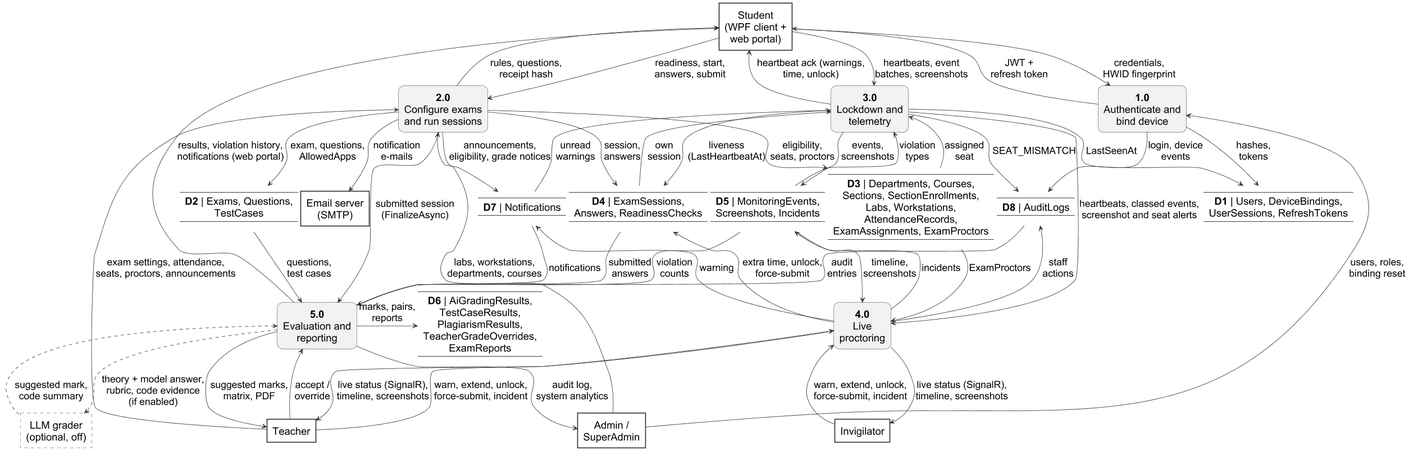
This is important docs/fyp_doc_3chatp/Figures/dfd_level_1.png from Haiderali27-hub/AI-Lab-Monitoring-, a PlantUML export, as it was before one commit. Source of this version:
```plantuml
@startuml
!include style.iuml
skinparam dpi 80
skinparam defaultFontSize 22
skinparam ArrowFontSize 21
skinparam nodesep 4
skinparam ranksep 22
skinparam defaultTextAlignment center
skinparam rectangle<<entity>> {
  BorderThickness 2
  RoundCorner 0
  BackgroundColor #FFFFFF
}
skinparam rectangle<<process>> {
  RoundCorner 25
  BackgroundColor #F2F2F2
}
skinparam label {
  BorderColor #333333
  FontSize 21
}
skinparam rectangle<<optional>> {
  RoundCorner 0
  BorderStyle dashed
  BackgroundColor #FFFFFF
}
hide stereotype

rectangle "Admin /\nSuperAdmin" <<entity>> as ADM
rectangle "Student\n(WPF client +\nweb portal)" <<entity>> as STU
rectangle "Teacher" <<entity>> as TEA
rectangle "Invigilator" <<entity>> as INV
rectangle "LLM grader\n(optional, off)" <<optional>> as LLM
rectangle "Email server\n(SMTP)" <<entity>> as SMTP

rectangle "**1.0**\nAuthenticate and\nbind device" <<process>> as P1
rectangle "**2.0**\nConfigure exams\nand run sessions" <<process>> as P2
rectangle "**3.0**\nLockdown and\ntelemetry" <<process>> as P3
rectangle "**4.0**\nLive\nproctoring" <<process>> as P4
rectangle "**5.0**\nEvaluation and\nreporting" <<process>> as P5

label D1 [
----
**D1** | Users, DeviceBindings,
UserSessions, RefreshTokens
----
]
label D2 [
----
**D2** | Exams, Questions,
TestCases
----
]
label D3 [
----
**D3** | Departments, Courses,
Sections, SectionEnrollments,
Labs, Workstations,
AttendanceRecords,
ExamAssignments, ExamProctors
----
]
label D4 [
----
**D4** | ExamSessions,
Answers, ReadinessChecks
----
]
label D5 [
----
**D5** | MonitoringEvents,
Screenshots, Incidents
----
]
label D6 [
----
**D6** | AiGradingResults,
TestCaseResults,
PlagiarismResults,
TeacherGradeOverrides,
ExamReports
----
]
label D7 [
----
**D7** | Notifications
----
]
label D8 [
----
**D8** | AuditLogs
----
]

STU --> P1 : credentials,\nHWID fingerprint
STU <-- P1 : JWT +\nrefresh token
P1 <--- ADM : users, roles,\nbinding reset
STU --> P2 : readiness, start,\nanswers, submit
STU <-- P2 : rules, questions,\nreceipt hash
P2 <--- ADM : labs, workstations,\ndepartments, courses
STU --> P3 : heartbeats, event\nbatches, screenshots
STU <-- P3 : heartbeat ack (warnings,\ntime, unlock)

P1 --> D1 : hashes,\ntokens
P1 --> D8 : login, device\nevents
P2 --> D2 : exam, questions,\nAllowedApps
P2 --> D3 : eligibility,\nseats, proctors
P2 --> D4 : session,\nanswers
P2 --> D7 : announcements,\neligibility, grade notices
P2 --> SMTP : notification\ne-mails
P2 --> P5 : submitted session\n(FinalizeAsync)
P3 <-- D3 : assigned\nseat
P3 <-- D4 : own\nsession
P3 <-- D7 : unread\nwarnings
P3 <-- D5 : violation\ntypes
P3 --> D5 : events,\nscreenshots
P3 --> D4 : liveness\n(LastHeartbeatAt)
P3 --> D1 : LastSeenAt
P3 --> D8 : SEAT_MISMATCH
P3 ---> P4 : heartbeats, classed events,\nscreenshot and seat alerts

D3 --> P4 : ExamProctors
D5 --> P4 : timeline,\nscreenshots
D5 <-- P4 : incidents
D7 <-- P4 : warning
D4 <-- P4 : extra time, unlock,\nforce-submit
D8 <-- P4 : staff\nactions

D2 --> P5 : questions,\ntest cases
D4 --> P5 : submitted\nanswers
D5 --> P5 : violation\ncounts
D7 --> P5 : notifications
D8 --> P5 : audit\nentries
P5 -right-> D6 : marks, pairs,\nreports

P4 --> TEA : live status (SignalR),\ntimeline, screenshots
P4 <-- TEA : warn, extend, unlock,\nforce-submit, incident
P4 --> INV : live status (SignalR),\ntimeline, screenshots
P4 <-- INV : warn, extend, unlock,\nforce-submit, incident
P2 <--- TEA : exam settings, attendance,\nseats, proctors, announcements
P5 --> TEA : suggested marks,\nmatrix, PDF
P5 <-- TEA : accept /\noverride
STU <-- P5 : results, violation history,\nnotifications (web portal)
P5 ..> LLM : theory + model answer,\nrubric, code evidence\n(if enabled)
P5 <.. LLM : suggested mark,\ncode summary
P5 --> ADM : audit log,\nsystem analytics
@enduml
```
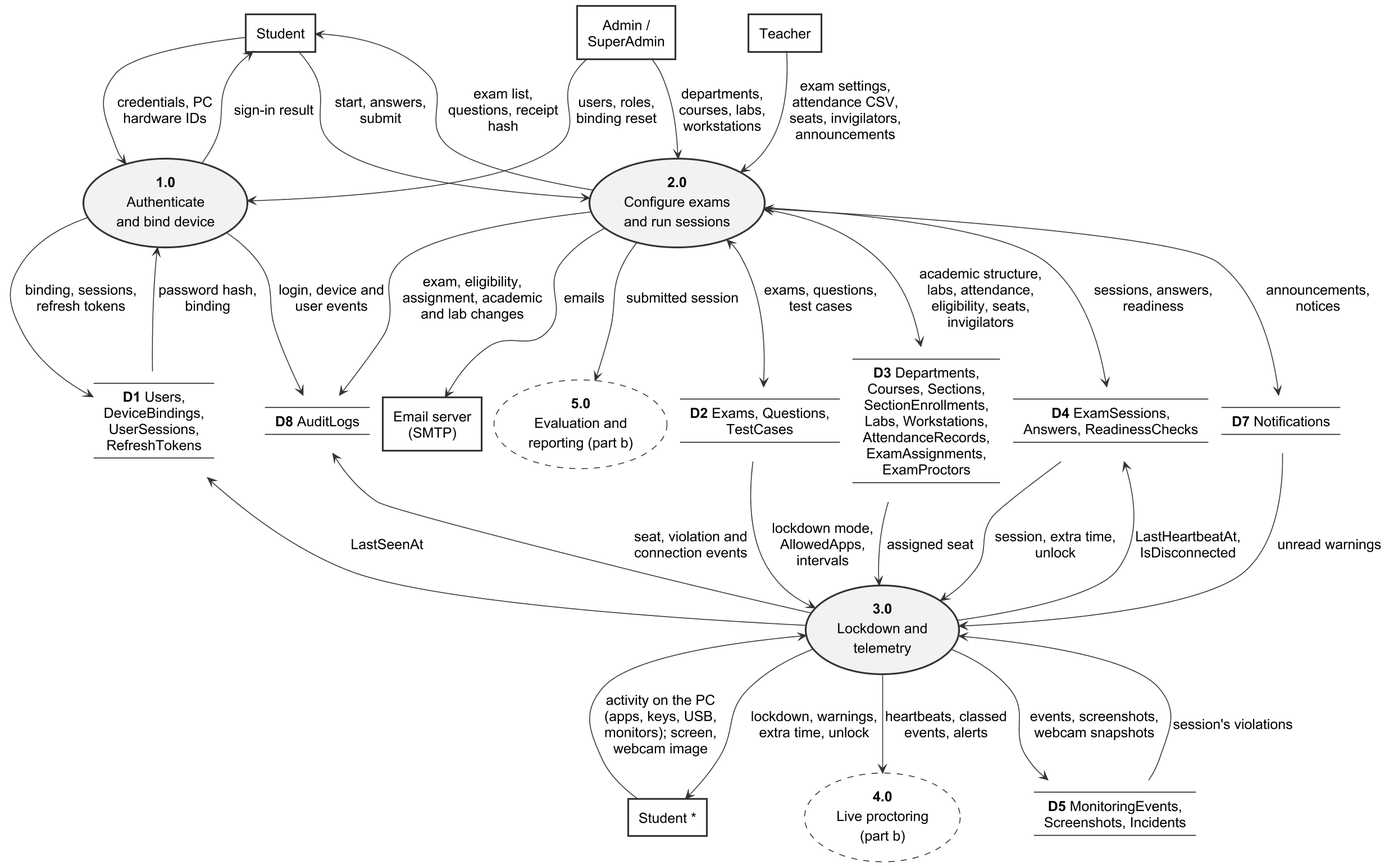
After the change.

What changed in the source:
```diff
@@ -1,147 +1,120 @@
 @startuml
 !include style.iuml
-skinparam dpi 80
-skinparam defaultFontSize 22
-skinparam ArrowFontSize 21
-skinparam nodesep 4
-skinparam ranksep 22
+skinparam defaultFontSize 16
+skinparam ArrowFontSize 16
+skinparam nodesep 14
+skinparam ranksep 34
 skinparam defaultTextAlignment center
 skinparam rectangle<<entity>> {
   BorderThickness 2
   RoundCorner 0
   BackgroundColor #FFFFFF
 }
-skinparam rectangle<<process>> {
-  RoundCorner 25
+skinparam usecase {
+  BorderColor #333333
+  BorderThickness 2
   BackgroundColor #F2F2F2
 }
+skinparam usecase<<ref>> {
+  BorderStyle dashed
+  BorderThickness 1
+  BackgroundColor #FFFFFF
+}
 skinparam label {
-  BorderColor #333333
-  FontSize 21
-}
-skinparam rectangle<<optional>> {
-  RoundCorner 0
-  BorderStyle dashed
-  BackgroundColor #FFFFFF
+  FontSize 16
 }
 hide stereotype
 
+rectangle "Student" <<entity>> as STU
 rectangle "Admin /\nSuperAdmin" <<entity>> as ADM
-rectangle "Student\n(WPF client +\nweb portal)" <<entity>> as STU
 rectangle "Teacher" <<entity>> as TEA
-rectangle "Invigilator" <<entity>> as INV
-rectangle "LLM grader\n(optional, off)" <<optional>> as LLM
 rectangle "Email server\n(SMTP)" <<entity>> as SMTP
+rectangle "Student *" <<entity>> as STU2
 
-rectangle "**1.0**\nAuthenticate and\nbind device" <<process>> as P1
-rectangle "**2.0**\nConfigure exams\nand run sessions" <<process>> as P2
-rectangle "**3.0**\nLockdown and\ntelemetry" <<process>> as P3
-rectangle "**4.0**\nLive\nproctoring" <<process>> as P4
-rectangle "**5.0**\nEvaluation and\nreporting" <<process>> as P5
+usecase "**1.0**\nAuthenticate\nand bind device" as P1
+usecase "**2.0**\nConfigure exams\nand run sessions" as P2
+usecase "**3.0**\nLockdown and\ntelemetry" as P3
+usecase "**4.0**\nLive proctoring\n(part b)" <<ref>> as P4
+usecase "**5.0**\nEvaluation and\nreporting (part b)" <<ref>> as P5
 
 label D1 [
 ----
-**D1** | Users, DeviceBindings,
-UserSessions, RefreshTokens
+**D1** Users,
+DeviceBindings,
+UserSessions,
+RefreshTokens
 ----
 ]
 label D2 [
 ----
-**D2** | Exams, Questions,
+**D2** Exams, Questions,
 TestCases
 ----
 ]
 label D3 [
 ----
-**D3** | Departments, Courses,
-Sections, SectionEnrollments,
+**D3** Departments,
+Courses, Sections,
+SectionEnrollments,
 Labs, Workstations,
 AttendanceRecords,
-ExamAssignments, ExamProctors
+ExamAssignments,
+ExamProctors
 ----
 ]
 label D4 [
 ----
-**D4** | ExamSessions,
+**D4** ExamSessions,
 Answers, ReadinessChecks
 ----
 ]
 label D5 [
 ----
-**D5** | MonitoringEvents,
+**D5** MonitoringEvents,
 Screenshots, Incidents
-----
-]
-label D6 [
-----
-**D6** | AiGradingResults,
-TestCaseResults,
-PlagiarismResults,
-TeacherGradeOverrides,
-ExamReports
 ----
 ]
 label D7 [
 ----
-**D7** | Notifications
+**D7** Notifications
 ----
 ]
 label D8 [
 ----
-**D8** | AuditLogs
+**D8** AuditLogs
 ----
 ]
 
-STU --> P1 : credentials,\nHWID fingerprint
-STU <-- P1 : JWT +\nrefresh token
-P1 <--- ADM : users, roles,\nbinding reset
-STU --> P2 : readiness, start,\nanswers, submit
-STU <-- P2 : rules, questions,\nreceipt hash
-P2 <--- ADM : labs, workstations,\ndepartments, courses
-STU --> P3 : heartbeats, event\nbatches, screenshots
-STU <-- P3 : heartbeat ack (warnings,\ntime, unlock)
+ADM --> P1 : users, roles,\nbinding reset
+STU --> P1 : credentials, PC\nhardware IDs
+STU <-- P1 : sign-in result
+ADM --> P2 : departments,\ncourses, labs,\nworkstations
+STU --> P2 : start, answers,\nsubmit
+STU <-- P2 : exam list,\nquestions, receipt\nhash
+TEA --> P2 : exam settings,\nattendance CSV,\nseats, invigilators,\nannouncements
 
-P1 --> D1 : hashes,\ntokens
-P1 --> D8 : login, device\nevents
-P2 --> D2 : exam, questions,\nAllowedApps
-P2 --> D3 : eligibility,\nseats, proctors
-P2 --> D4 : session,\nanswers
-P2 --> D7 : announcements,\neligibility, grade notices
-P2 --> SMTP : notification\ne-mails
-P2 --> P5 : submitted session\n(FinalizeAsync)
-P3 <-- D3 : assigned\nseat
-P3 <-- D4 : own\nsession
-P3 <-- D7 : unread\nwarnings
-P3 <-- D5 : violation\ntypes
-P3 --> D5 : events,\nscreenshots
-P3 --> D4 : liveness\n(LastHeartbeatAt)
-P3 --> D1 : LastSeenAt
-P3 --> D8 : SEAT_MISMATCH
-P3 ---> P4 : heartbeats, classed events,\nscreenshot and seat alerts
+P1 --> D1 : binding, sessions,\nrefresh tokens
+P1 <-- D1 : password hash,\nbinding
+P1 --> D8 : login, device and\nuser events
 
-D3 --> P4 : ExamProctors
-D5 --> P4 : timeline,\nscreenshots
-D5 <-- P4 : incidents
-D7 <-- P4 : warning
-D4 <-- P4 : extra time, unlock,\nforce-submit
-D8 <-- P4 : staff\nactions
+P2 <--> D2 : exams, questions,\ntest cases
+P2 <--> D3 : academic structure,\nlabs, attendance,\neligibility, seats,\ninvigilators
+P2 <--> D4 : sessions, answers,\nreadiness
+P2 --> D7 : announcements,\nnotices
+P2 --> D8 : exam, eligibility,\nassignment, academic\nand lab changes
+P2 --> SMTP : emails
+P2 --> P5 : submitted session
 
-D2 --> P5 : questions,\ntest cases
-D4 --> P5 : submitted\nanswers
-D5 --> P5 : violation\ncounts
-D7 --> P5 : notifications
-D8 --> P5 : audit\nentries
-P5 -right-> D6 : marks, pairs,\nreports
-
-P4 --> TEA : live status (SignalR),\ntimeline, screenshots
-P4 <-- TEA : warn, extend, unlock,\nforce-submit, incident
-P4 --> INV : live status (SignalR),\ntimeline, screenshots
-P4 <-- INV : warn, extend, unlock,\nforce-submit, incident
-P2 <--- TEA : exam settings, attendance,\nseats, proctors, announcements
-P5 --> TEA : suggested marks,\nmatrix, PDF
-P5 <-- TEA : accept /\noverride
-STU <-- P5 : results, violation history,\nnotifications (web portal)
-P5 ..> LLM : theory + model answer,\nrubric, code evidence\n(if enabled)
-P5 <.. LLM : suggested mark,\ncode summary
-P5 --> ADM : audit log,\nsystem analytics
+D2 --> P3 : lockdown mode,\nAllowedApps,\nintervals
+D3 --> P3 : assigned seat
+D4 --> P3 : session, extra time,\nunlock
+D4 <-- P3 : LastHeartbeatAt,\nIsDisconnected
+D7 --> P3 : unread warnings
+D1 <-- P3 : LastSeenAt
+D8 <-- P3 : seat, violation and\nconnection events
+P3 <-- STU2 : activity on the PC\n(apps, keys, USB,\nmonitors); screen,\nwebcam image
+P3 --> STU2 : lockdown, warnings,\nextra time, unlock
+P3 --> D5 : events, screenshots,\nwebcam snapshots
+P3 <-- D5 : session's violations
+P3 --> P4 : heartbeats, classed\nevents, alerts
 @enduml
```
